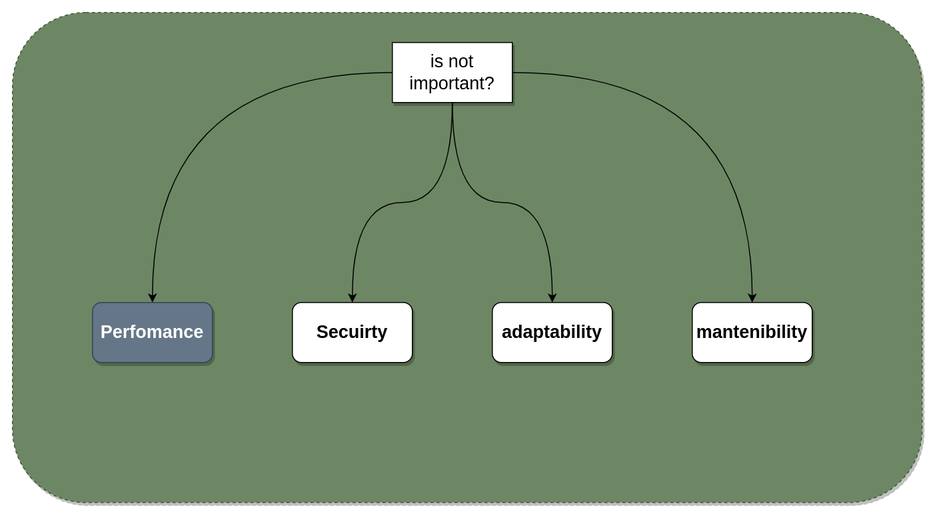
Earlier version of the draw.io export assets/startporject.png (jairoandrescastaneda/jairoufps.github.io). Source tidied: cells renumbered, new cells last; positions are measured from the earlier drawing's top-left corner, leaving out a move shared by most shapes.
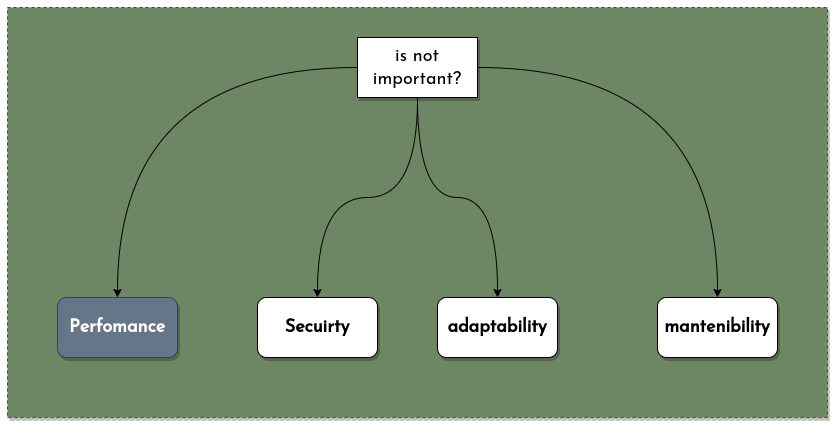
After the commit.

Diff of the diagram source:
```diff
@@ -2,19 +2,19 @@
   <root>
     <mxCell id="0" />
     <mxCell id="1" parent="0" />
-    <mxCell id="2" style="rounded=1;whiteSpace=wrap;html=1;shadow=1;glass=0;sketch=0;fontSize=15;fillColor=#6d8764;dashed=1;fontColor=#ffffff;strokeColor=#3A5431;gradientColor=none;" parent="1" vertex="1">
-      <mxGeometry width="910" height="490" as="geometry" />
+    <mxCell id="2" style="rounded=0;whiteSpace=wrap;html=1;shadow=1;glass=0;sketch=0;fontSize=15;fillColor=#6d8764;dashed=1;fontColor=#ffffff;strokeColor=#3A5431;" parent="1" vertex="1">
+      <mxGeometry x="30" width="820" height="410" as="geometry" />
     </mxCell>
-    <mxCell id="3" value="&lt;b&gt;&lt;font style=&quot;font-size: 18px;&quot;&gt;Perfomance&lt;/font&gt;&lt;/b&gt;" style="rounded=1;whiteSpace=wrap;html=1;shadow=1;glass=0;sketch=0;fontSize=15;fillColor=#647687;fontColor=#ffffff;strokeColor=#314354;" parent="1" vertex="1">
+    <mxCell id="3" value="&lt;b&gt;&lt;font face=&quot;Josefin Sans&quot; style=&quot;font-size: 18px;&quot;&gt;Perfomance&lt;/font&gt;&lt;/b&gt;" style="rounded=1;whiteSpace=wrap;html=1;shadow=1;glass=0;sketch=0;fontSize=15;fillColor=#647687;fontColor=#ffffff;strokeColor=#314354;" parent="1" vertex="1">
       <mxGeometry x="80" y="290" width="120" height="60" as="geometry" />
     </mxCell>
-    <mxCell id="4" value="&lt;b&gt;&lt;font style=&quot;font-size: 18px;&quot;&gt;Secuirty&lt;/font&gt;&lt;/b&gt;" style="rounded=1;whiteSpace=wrap;html=1;shadow=1;glass=0;sketch=0;fontSize=15;fillColor=default;" parent="1" vertex="1">
+    <mxCell id="4" value="&lt;b&gt;&lt;font face=&quot;Josefin Sans&quot; style=&quot;font-size: 18px;&quot;&gt;Secuirty&lt;/font&gt;&lt;/b&gt;" style="rounded=1;whiteSpace=wrap;html=1;shadow=1;glass=0;sketch=0;fontSize=15;fillColor=default;" parent="1" vertex="1">
       <mxGeometry x="280" y="290" width="120" height="60" as="geometry" />
     </mxCell>
-    <mxCell id="5" value="&lt;font style=&quot;font-size: 18px;&quot;&gt;&lt;b&gt;adaptability&lt;/b&gt;&lt;/font&gt;" style="rounded=1;whiteSpace=wrap;html=1;shadow=1;glass=0;sketch=0;fontSize=15;fillColor=default;" parent="1" vertex="1">
-      <mxGeometry x="480" y="290" width="120" height="60" as="geometry" />
+    <mxCell id="5" value="&lt;font face=&quot;Josefin Sans&quot; style=&quot;font-size: 18px;&quot;&gt;&lt;b&gt;adaptability&lt;/b&gt;&lt;/font&gt;" style="rounded=1;whiteSpace=wrap;html=1;shadow=1;glass=0;sketch=0;fontSize=15;fillColor=default;" parent="1" vertex="1">
+      <mxGeometry x="460" y="290" width="120" height="60" as="geometry" />
     </mxCell>
-    <mxCell id="6" value="&lt;font style=&quot;font-size: 18px;&quot;&gt;&lt;b&gt;mantenibility&lt;/b&gt;&lt;/font&gt;" style="rounded=1;whiteSpace=wrap;html=1;shadow=1;glass=0;sketch=0;fontSize=15;fillColor=default;" parent="1" vertex="1">
+    <mxCell id="6" value="&lt;font face=&quot;Josefin Sans&quot; style=&quot;font-size: 18px;&quot;&gt;&lt;b&gt;mantenibility&lt;/b&gt;&lt;/font&gt;" style="rounded=1;whiteSpace=wrap;html=1;shadow=1;glass=0;sketch=0;fontSize=15;fillColor=default;" parent="1" vertex="1">
       <mxGeometry x="680" y="290" width="120" height="60" as="geometry" />
     </mxCell>
     <mxCell id="7" style="edgeStyle=orthogonalEdgeStyle;curved=1;rounded=0;jettySize=auto;html=1;fontSize=18;strokeColor=default;" parent="1" edge="1" source="11" target="3">
@@ -29,7 +29,7 @@
     <mxCell id="10" style="edgeStyle=orthogonalEdgeStyle;curved=1;rounded=0;jettySize=auto;html=1;fontSize=18;strokeColor=default;" parent="1" edge="1" source="11" target="5">
       <mxGeometry relative="1" as="geometry" />
     </mxCell>
-    <mxCell id="11" value="is not important?" style="rounded=0;whiteSpace=wrap;html=1;shadow=1;glass=0;sketch=0;fontSize=18;fillColor=default;gradientColor=none;" parent="1" vertex="1">
+    <mxCell id="11" value="&lt;font face=&quot;Josefin Sans&quot;&gt;is not important?&lt;/font&gt;" style="rounded=0;whiteSpace=wrap;html=1;shadow=1;glass=0;sketch=0;fontSize=18;fillColor=default;gradientColor=none;" parent="1" vertex="1">
       <mxGeometry x="380" y="30" width="120" height="60" as="geometry" />
     </mxCell>
   </root>
```
